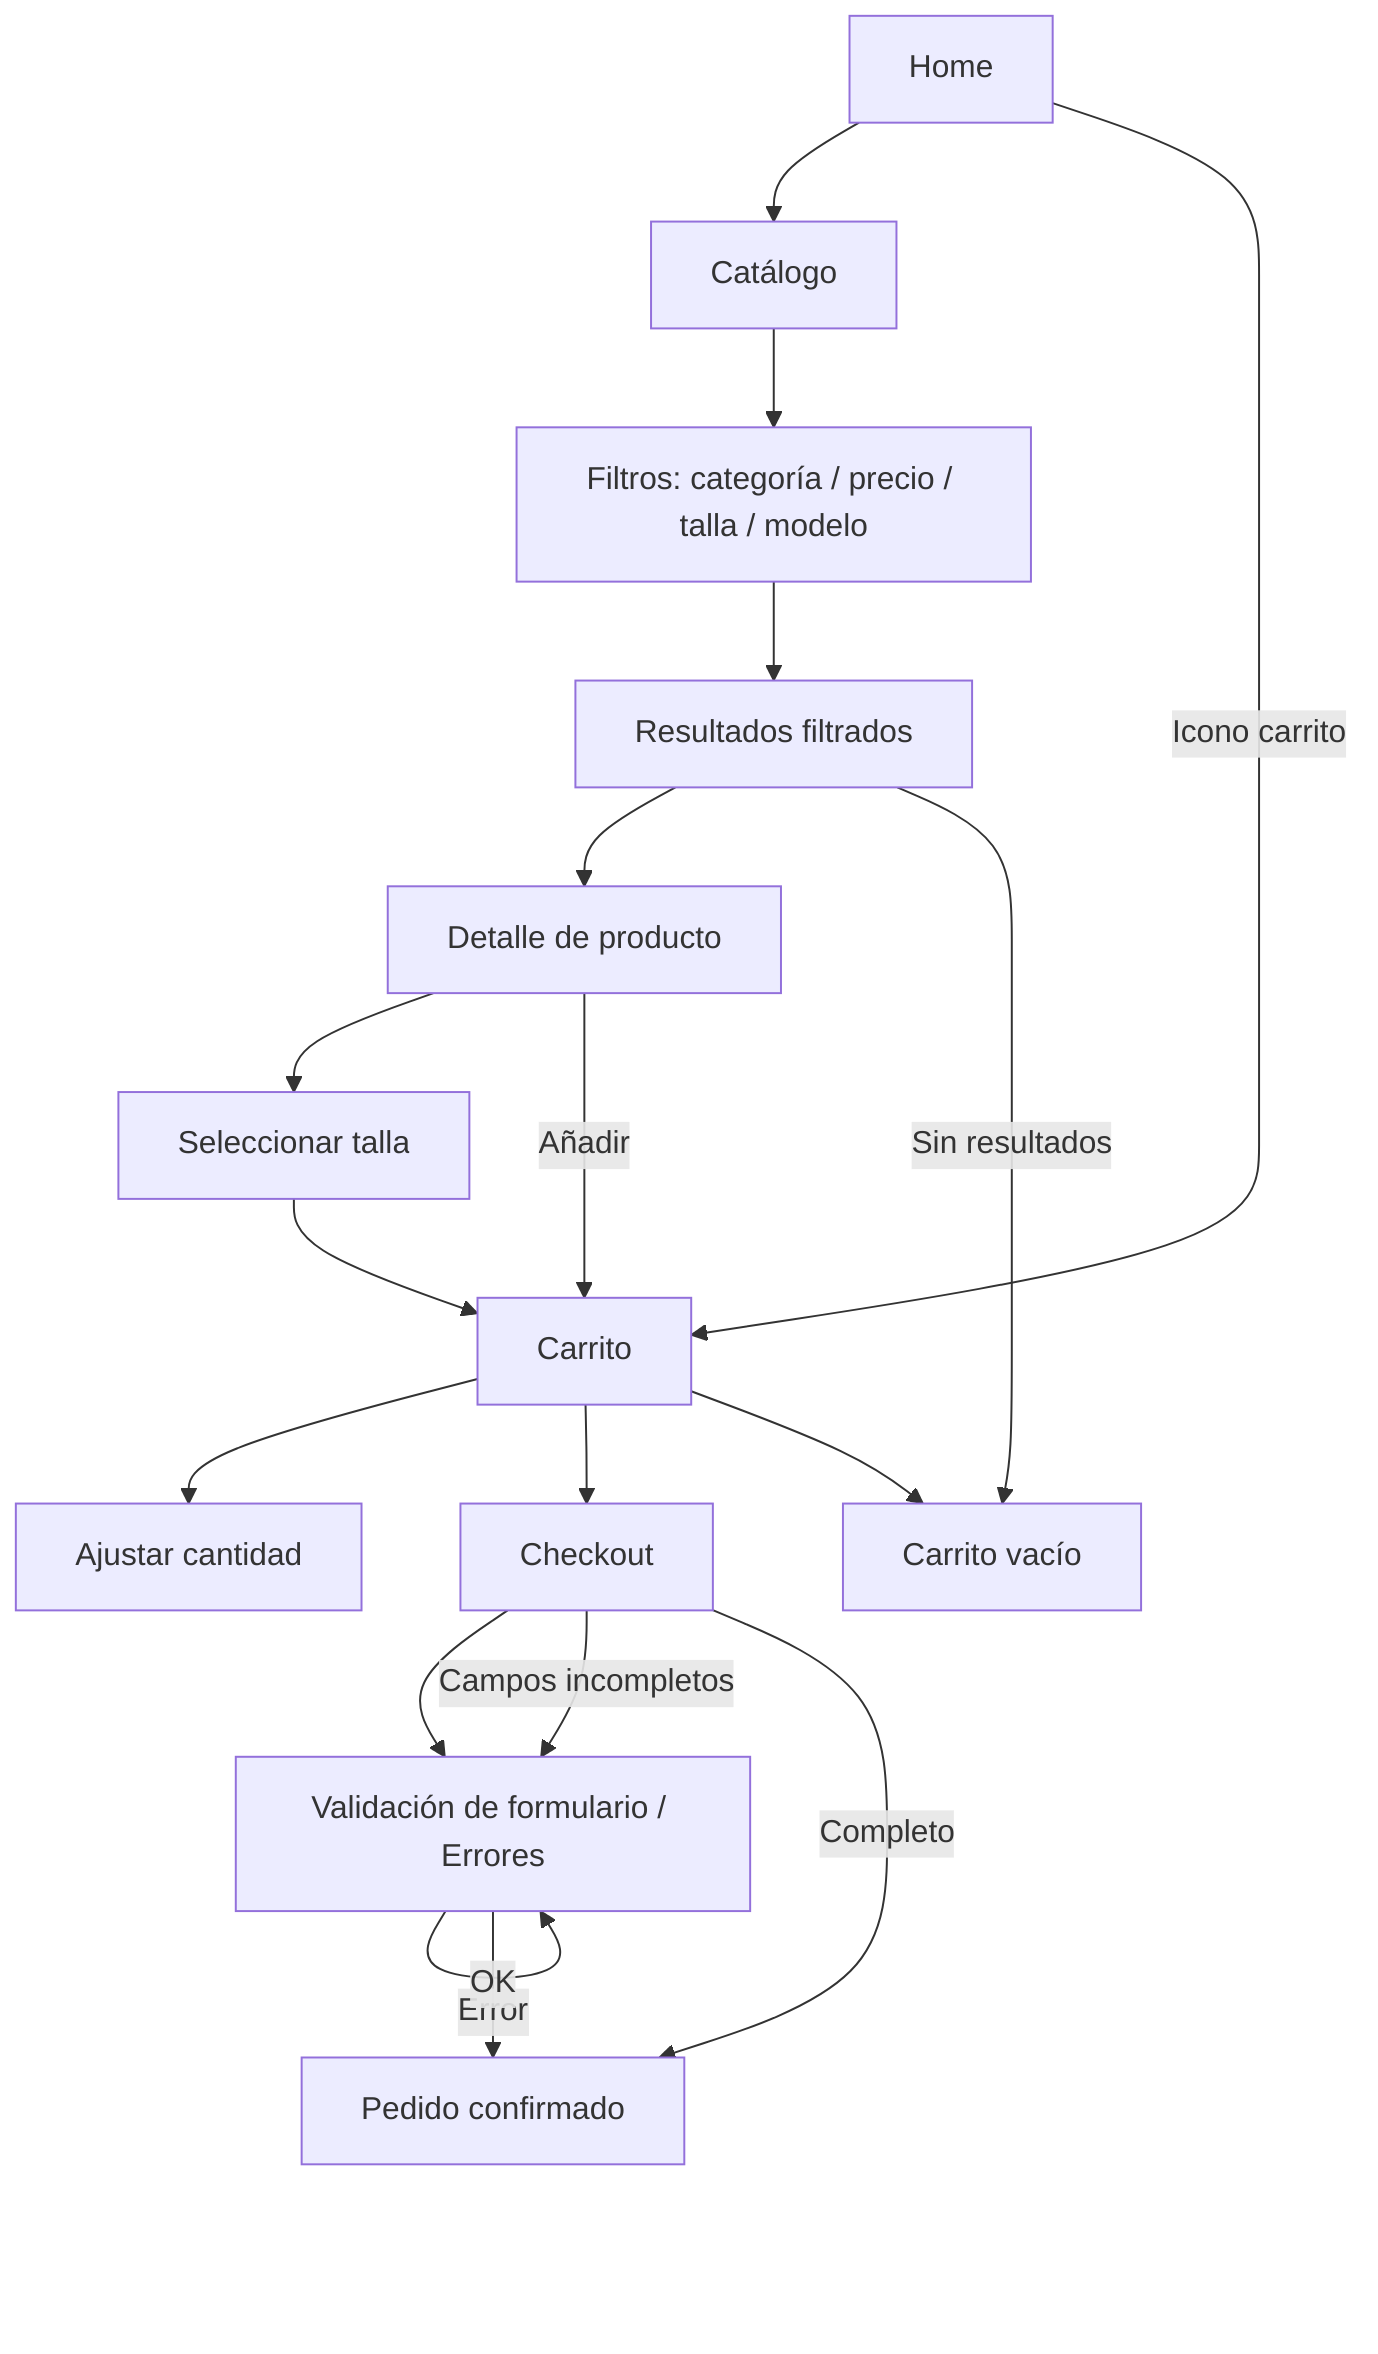
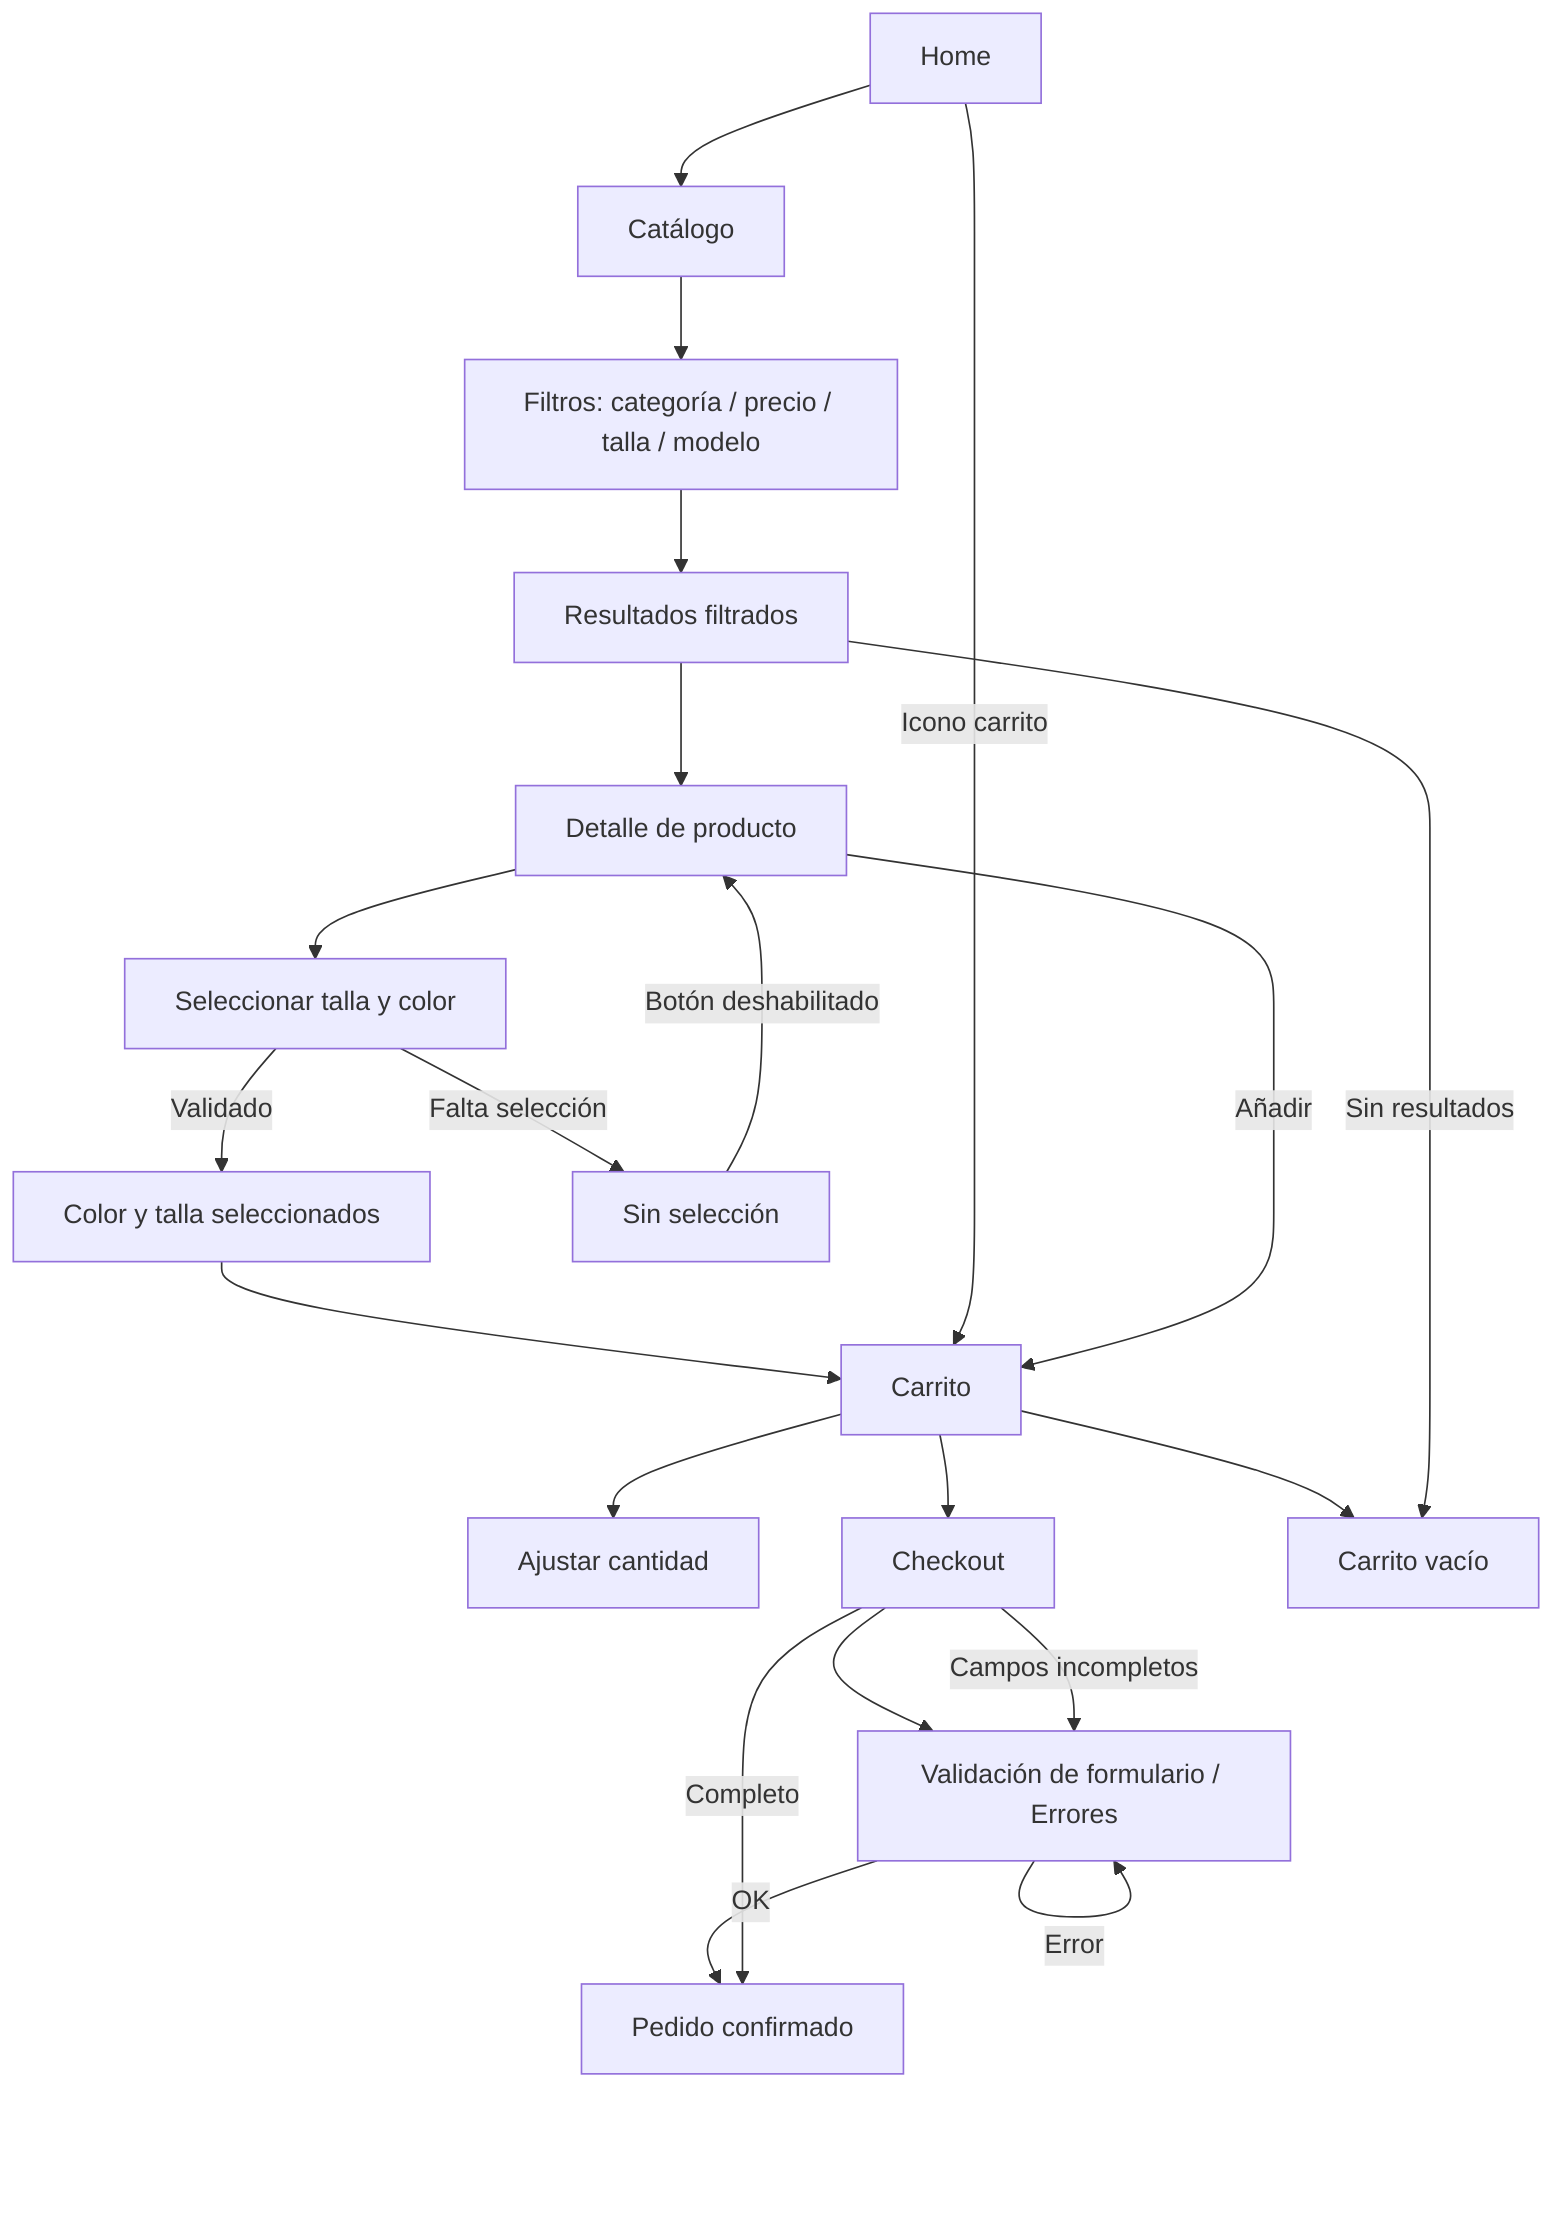
flowchart TD
    Home[Home]
    Catalog[Catálogo]
    Filter[Filtros: categoría / precio / talla / modelo]
    Results[Resultados filtrados]
    Product[Detalle de producto]
-     Size[Seleccionar talla]
+     Size[Seleccionar talla y color]
+     ColorOK[Color y talla seleccionados]
+     NoSelect[Sin selección]
    Cart[Carrito]
    Adjust[Ajustar cantidad]
    Checkout[Checkout]
    Validation[Validación de formulario / Errores]
    Success[Pedido confirmado]
    Empty[Carrito vacío]

    Home --> Catalog
    Catalog --> Filter
    Filter --> Results
    Results --> Product
    Product --> Size
-     Size --> Cart
+     Size --> |Validado| ColorOK
+     Size --> |Falta selección| NoSelect
+     NoSelect --> |Botón deshabilitado| Product
+     ColorOK --> Cart
    Cart --> Adjust
    Cart --> Checkout
    Checkout --> Validation
    Validation --> |Error| Validation
    Validation --> |OK| Success
    Cart --> Empty
    Home --> |Icono carrito| Cart
    Results --> |Sin resultados| Empty
    Product --> |Añadir| Cart
    Checkout --> |Campos incompletos| Validation
    Checkout --> |Completo| Success
